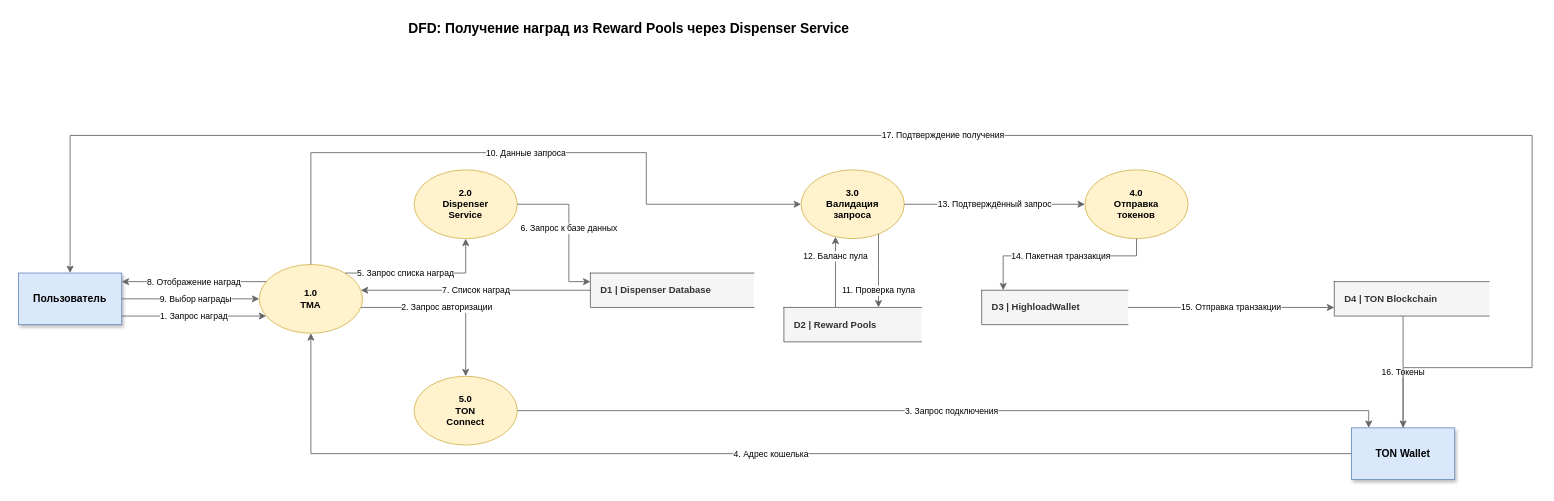
Earlier version of the draw.io diagram diagrams/dfd/dfd3.drawio (dondarubin/system-engineering-playbook). Source tidied: cells renumbered, new cells numbered last; positions are measured from the earlier drawing's top-left corner, leaving out a move shared by most shapes. Both pictures are drawn from the tidied source at 86%, with x=0, y=0 at pixel (18, 15).
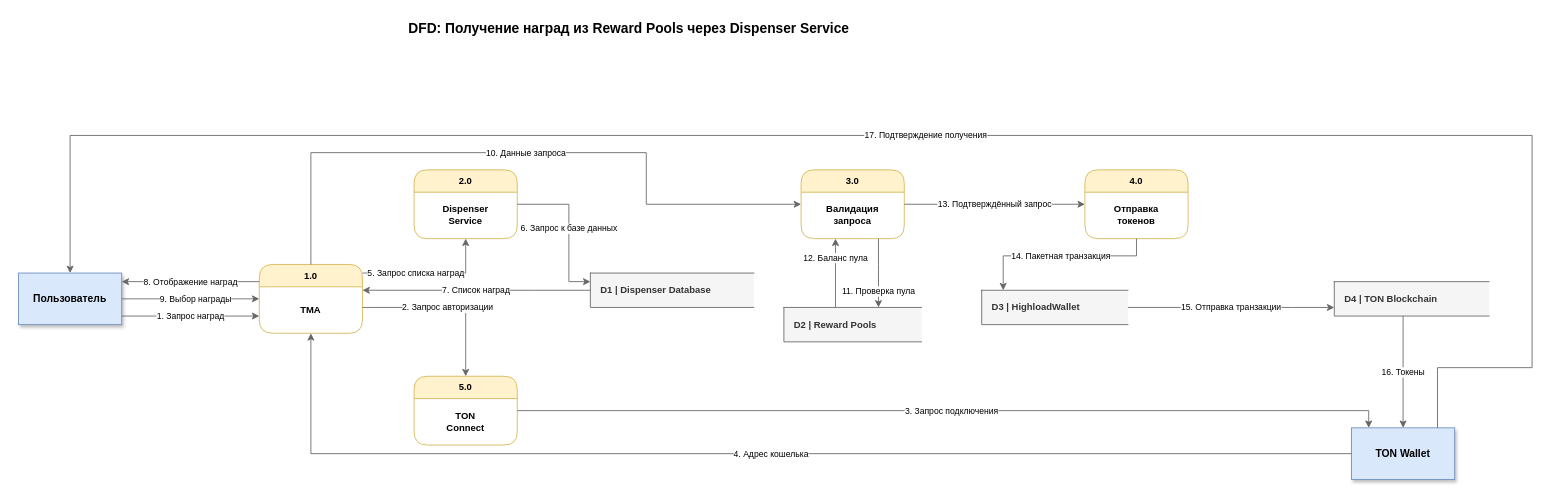
After the change.

The change refers to these unchanged cells:
```xml
<mxCell id="3" value="Пользователь" style="rounded=0;whiteSpace=wrap;html=1;fillColor=#dae8fc;strokeColor=#6c8ebf;fontStyle=1;fontSize=12;shadow=1;" parent="1" vertex="1">
  <mxGeometry y="300" width="120" height="60" as="geometry" />
</mxCell>
<mxCell id="4" value="TON Wallet" style="rounded=0;whiteSpace=wrap;html=1;fillColor=#dae8fc;strokeColor=#6c8ebf;fontStyle=1;fontSize=12;shadow=1;" parent="1" vertex="1">
  <mxGeometry x="1550" y="480" width="120" height="60" as="geometry" />
</mxCell>
```

Diff of the diagram source:
```diff
@@
-    <mxCell id="5" value="1.0&#10;TMA" style="ellipse;whiteSpace=wrap;html=1;fillColor=#fff2cc;strokeColor=#d6b656;fontSize=11;fontStyle=1;" parent="1" vertex="1">
+    <mxCell id="5" value="1.0" style="swimlane;rounded=1;whiteSpace=wrap;html=1;startSize=26;fillColor=#fff2cc;strokeColor=#d6b656;fontSize=11;fontStyle=1;arcSize=20;horizontal=1;" parent="1" vertex="1">
       <mxGeometry x="280" y="290" width="120" height="80" as="geometry" />
     </mxCell>
+    <mxCell id="31" value="TMA" style="text;html=1;strokeColor=none;fillColor=none;align=center;verticalAlign=middle;whiteSpace=wrap;rounded=0;fontSize=11;fontStyle=1;" parent="5" vertex="1">
+      <mxGeometry y="26" width="120" height="54" as="geometry" />
+    </mxCell>
-    <mxCell id="6" value="2.0&#10;Dispenser&#10;Service" style="ellipse;whiteSpace=wrap;html=1;fillColor=#fff2cc;strokeColor=#d6b656;fontSize=11;fontStyle=1;" parent="1" vertex="1">
+    <mxCell id="6" value="2.0" style="swimlane;rounded=1;whiteSpace=wrap;html=1;startSize=26;fillColor=#fff2cc;strokeColor=#d6b656;fontSize=11;fontStyle=1;arcSize=20;horizontal=1;" parent="1" vertex="1">
       <mxGeometry x="460" y="180" width="120" height="80" as="geometry" />
     </mxCell>
+    <mxCell id="32" value="Dispenser&#10;Service" style="text;html=1;strokeColor=none;fillColor=none;align=center;verticalAlign=middle;whiteSpace=wrap;rounded=0;fontSize=11;fontStyle=1;" parent="6" vertex="1">
+      <mxGeometry y="26" width="120" height="54" as="geometry" />
+    </mxCell>
-    <mxCell id="7" value="3.0&#10;Валидация&#10;запроса" style="ellipse;whiteSpace=wrap;html=1;fillColor=#fff2cc;strokeColor=#d6b656;fontSize=11;fontStyle=1;" parent="1" vertex="1">
+    <mxCell id="7" value="3.0" style="swimlane;rounded=1;whiteSpace=wrap;html=1;startSize=26;fillColor=#fff2cc;strokeColor=#d6b656;fontSize=11;fontStyle=1;arcSize=20;horizontal=1;" parent="1" vertex="1">
       <mxGeometry x="910" y="180" width="120" height="80" as="geometry" />
     </mxCell>
+    <mxCell id="33" value="Валидация&#10;запроса" style="text;html=1;strokeColor=none;fillColor=none;align=center;verticalAlign=middle;whiteSpace=wrap;rounded=0;fontSize=11;fontStyle=1;" parent="7" vertex="1">
+      <mxGeometry y="26" width="120" height="54" as="geometry" />
+    </mxCell>
-    <mxCell id="8" value="4.0&#10;Отправка&#10;токенов" style="ellipse;whiteSpace=wrap;html=1;fillColor=#fff2cc;strokeColor=#d6b656;fontSize=11;fontStyle=1;" parent="1" vertex="1">
+    <mxCell id="8" value="4.0" style="swimlane;rounded=1;whiteSpace=wrap;html=1;startSize=26;fillColor=#fff2cc;strokeColor=#d6b656;fontSize=11;fontStyle=1;arcSize=20;horizontal=1;" parent="1" vertex="1">
       <mxGeometry x="1240" y="180" width="120" height="80" as="geometry" />
     </mxCell>
+    <mxCell id="34" value="Отправка&#10;токенов" style="text;html=1;strokeColor=none;fillColor=none;align=center;verticalAlign=middle;whiteSpace=wrap;rounded=0;fontSize=11;fontStyle=1;" parent="8" vertex="1">
+      <mxGeometry y="26" width="120" height="54" as="geometry" />
+    </mxCell>
-    <mxCell id="9" value="5.0&#10;TON&#10;Connect" style="ellipse;whiteSpace=wrap;html=1;fillColor=#fff2cc;strokeColor=#d6b656;fontSize=11;fontStyle=1;" parent="1" vertex="1">
+    <mxCell id="9" value="5.0" style="swimlane;rounded=1;whiteSpace=wrap;html=1;startSize=26;fillColor=#fff2cc;strokeColor=#d6b656;fontSize=11;fontStyle=1;arcSize=20;horizontal=1;" parent="1" vertex="1">
       <mxGeometry x="460" y="420" width="120" height="80" as="geometry" />
     </mxCell>
+    <mxCell id="35" value="TON&#10;Connect" style="text;html=1;strokeColor=none;fillColor=none;align=center;verticalAlign=middle;whiteSpace=wrap;rounded=0;fontSize=11;fontStyle=1;" parent="9" vertex="1">
+      <mxGeometry y="26" width="120" height="54" as="geometry" />
+    </mxCell>
@@
     <mxCell id="30" value="17. Подтверждение получения" style="edgeStyle=orthogonalEdgeStyle;rounded=0;jettySize=auto;html=1;strokeColor=#666666;fontSize=10;labelBackgroundColor=#ffffff;" parent="1" edge="1" source="4" target="3">
       <mxGeometry relative="1" as="geometry">
         <Array as="points">
+          <mxPoint x="1650" y="410" />
           <mxPoint x="1760" y="410" />
           <mxPoint x="1760" y="140" />
           <mxPoint x="60" y="140" />
         </Array>
       </mxGeometry>
     </mxCell>
```
